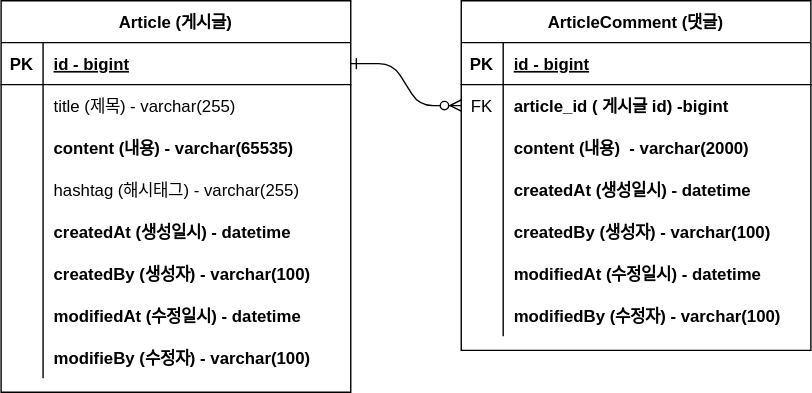
The draw.io diagram document/project-board-erd.svg in Seokwon5/fastcampus-project-board, before a commit. Source tidied: cells renumbered, new cells last; positions are measured from the earlier drawing's top-left corner, leaving out a move shared by most shapes.
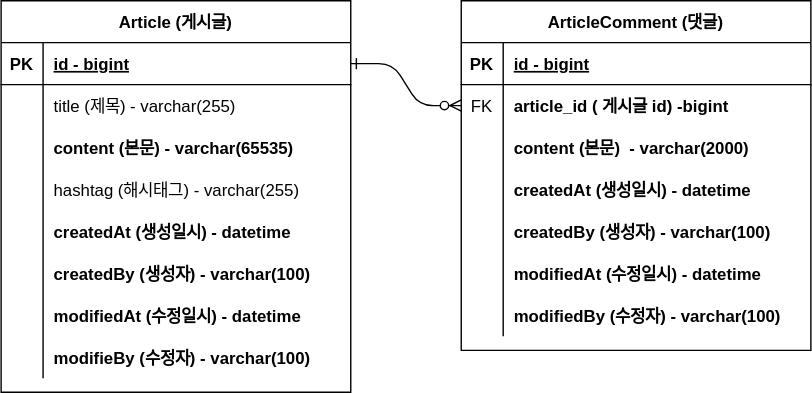
After the change.

Commit message:
#8 - 주석 업데이트 : project-board-erd.svg

What changed in the source:
```diff
@@ -32,7 +32,7 @@
     <mxCell id="11" style="shape=partialRectangle;overflow=hidden;fillColor=none;top=0;left=0;bottom=0;right=0;" parent="10" vertex="1">
       <mxGeometry width="30" height="30" as="geometry" />
     </mxCell>
-    <mxCell id="12" value="content (내용)  - varchar(2000)" style="shape=partialRectangle;overflow=hidden;fillColor=none;top=0;left=0;bottom=0;right=0;align=left;spacingLeft=6;fontStyle=1;" parent="10" vertex="1">
+    <mxCell id="12" value="content (본문)  - varchar(2000)" style="shape=partialRectangle;overflow=hidden;fillColor=none;top=0;left=0;bottom=0;right=0;align=left;spacingLeft=6;fontStyle=1;" parent="10" vertex="1">
       <mxGeometry x="30" width="220" height="30" as="geometry" />
     </mxCell>
     <mxCell id="13" style="shape=partialRectangle;fillColor=none;top=0;left=0;right=0;bottom=0;" parent="3" vertex="1">
@@ -98,7 +98,7 @@
     <mxCell id="33" style="shape=partialRectangle;overflow=hidden;fillColor=none;top=0;left=0;bottom=0;right=0;" parent="32" vertex="1">
       <mxGeometry width="30" height="30" as="geometry" />
     </mxCell>
-    <mxCell id="34" value="content (내용) - varchar(65535)" style="shape=partialRectangle;overflow=hidden;fillColor=none;top=0;left=0;bottom=0;right=0;align=left;spacingLeft=6;fontStyle=1;" parent="32" vertex="1">
+    <mxCell id="34" value="content (본문) - varchar(65535)" style="shape=partialRectangle;overflow=hidden;fillColor=none;top=0;left=0;bottom=0;right=0;align=left;spacingLeft=6;fontStyle=1;" parent="32" vertex="1">
       <mxGeometry x="30" width="220" height="30" as="geometry" />
     </mxCell>
     <mxCell id="35" style="shape=partialRectangle;fillColor=none;top=0;left=0;right=0;bottom=0;" parent="25" vertex="1">
```
